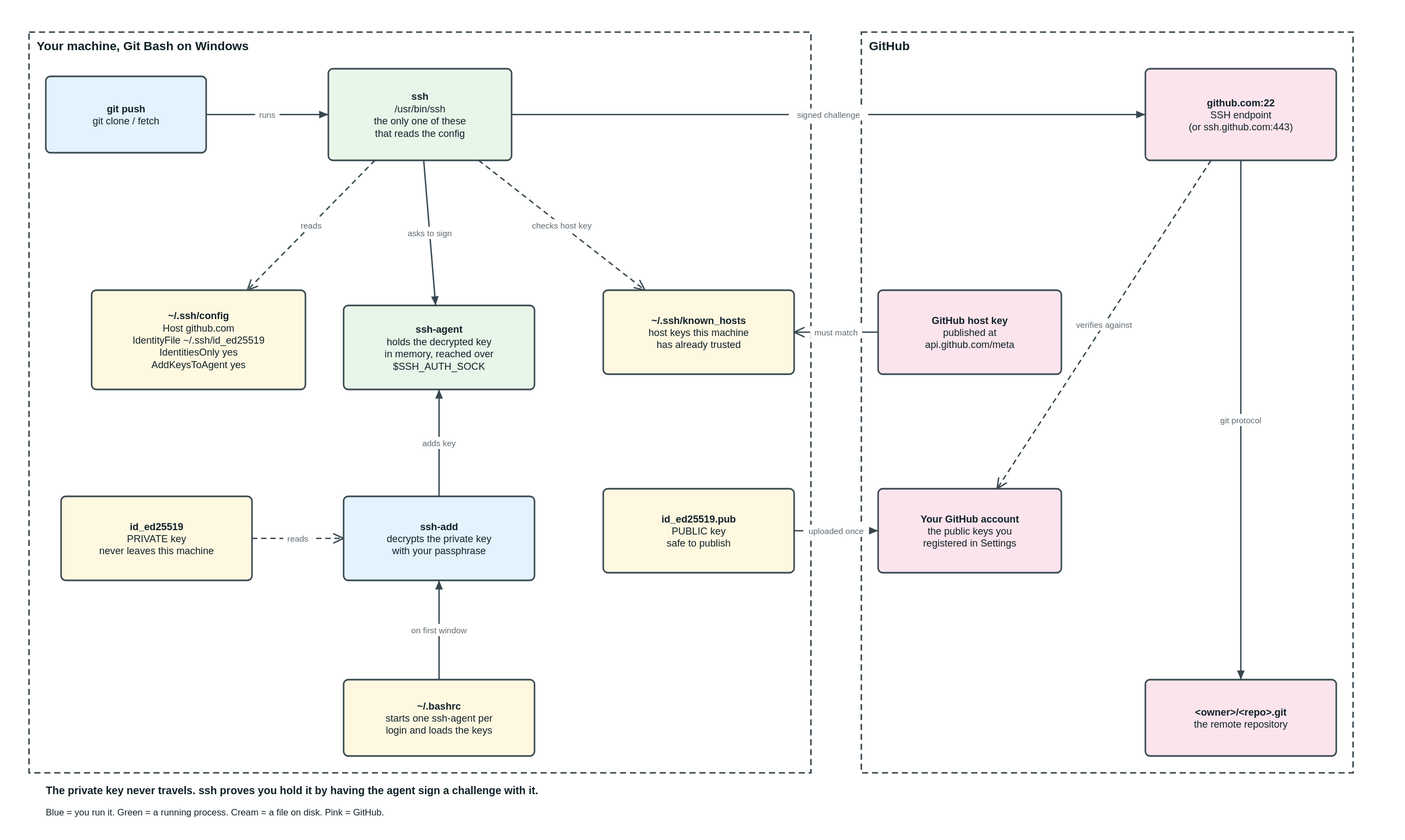
The draw.io diagram docs/figures/ssh-auth-flow.drawio.svg in PatClanKing/other, before a commit. Source tidied: cells renumbered, new cells last; positions are measured from the earlier drawing's top-left corner, leaving out a move shared by most shapes. Its diagram source:
```xml
<mxGraphModel>
  <root>
    <mxCell id="0" />
    <mxCell id="1" parent="0" />
    <mxCell id="2" value="Your machine, Git Bash on Windows" style="rounded=0;whiteSpace=wrap;html=1;fillColor=none;strokeColor=#37474F;strokeWidth=2;verticalAlign=top;align=left;spacingLeft=8;spacingTop=4;fontStyle=1;fontSize=16;dashed=1;" parent="1" vertex="1">
      <mxGeometry width="1024" height="970" as="geometry" />
    </mxCell>
    <mxCell id="3" value="GitHub" style="rounded=0;whiteSpace=wrap;html=1;fillColor=none;strokeColor=#37474F;strokeWidth=2;verticalAlign=top;align=left;spacingLeft=8;spacingTop=4;fontStyle=1;fontSize=16;dashed=1;" parent="1" vertex="1">
      <mxGeometry x="1090" width="644" height="970" as="geometry" />
    </mxCell>
    <mxCell id="4" value="git push git clone / fetch" style="rounded=1;whiteSpace=wrap;html=1;fillColor=#E3F2FD;strokeColor=#37474F;strokeWidth=2;verticalAlign=middle;" parent="2" vertex="1">
      <mxGeometry x="22" y="58" width="210" height="100" as="geometry" />
    </mxCell>
    <mxCell id="5" value="ssh /usr/bin/ssh the only one of these that reads the config" style="rounded=1;whiteSpace=wrap;html=1;fillColor=#E8F5E9;strokeColor=#37474F;strokeWidth=2;verticalAlign=middle;" parent="2" vertex="1">
      <mxGeometry x="392" y="48" width="240" height="120" as="geometry" />
    </mxCell>
    <mxCell id="6" value="~/.ssh/config Host github.com   IdentityFile ~/.ssh/id_ed25519   IdentitiesOnly yes   AddKeysToAgent yes" style="rounded=1;whiteSpace=wrap;html=1;fillColor=#FFF8E1;strokeColor=#37474F;strokeWidth=2;verticalAlign=middle;" parent="2" vertex="1">
      <mxGeometry x="82" y="338" width="280" height="130" as="geometry" />
    </mxCell>
    <mxCell id="7" value="ssh-agent holds the decrypted key in memory, reached over $SSH_AUTH_SOCK" style="rounded=1;whiteSpace=wrap;html=1;fillColor=#E8F5E9;strokeColor=#37474F;strokeWidth=2;verticalAlign=middle;" parent="2" vertex="1">
      <mxGeometry x="412" y="358" width="250" height="110" as="geometry" />
    </mxCell>
    <mxCell id="8" value="~/.ssh/known_hosts host keys this machine has already trusted" style="rounded=1;whiteSpace=wrap;html=1;fillColor=#FFF8E1;strokeColor=#37474F;strokeWidth=2;verticalAlign=middle;" parent="2" vertex="1">
      <mxGeometry x="752" y="338" width="250" height="110" as="geometry" />
    </mxCell>
    <mxCell id="9" value="id_ed25519 PRIVATE key never leaves this machine" style="rounded=1;whiteSpace=wrap;html=1;fillColor=#FFF8E1;strokeColor=#37474F;strokeWidth=2;verticalAlign=middle;" parent="2" vertex="1">
      <mxGeometry x="42" y="608" width="250" height="110" as="geometry" />
    </mxCell>
    <mxCell id="10" value="ssh-add decrypts the private key with your passphrase" style="rounded=1;whiteSpace=wrap;html=1;fillColor=#E3F2FD;strokeColor=#37474F;strokeWidth=2;verticalAlign=middle;" parent="2" vertex="1">
      <mxGeometry x="412" y="608" width="250" height="110" as="geometry" />
    </mxCell>
    <mxCell id="11" value="~/.bashrc starts one ssh-agent per login and loads the keys" style="rounded=1;whiteSpace=wrap;html=1;fillColor=#FFF8E1;strokeColor=#37474F;strokeWidth=2;verticalAlign=middle;" parent="2" vertex="1">
      <mxGeometry x="412" y="848" width="250" height="100" as="geometry" />
    </mxCell>
    <mxCell id="12" value="id_ed25519.pub PUBLIC key safe to publish" style="rounded=1;whiteSpace=wrap;html=1;fillColor=#FFF8E1;strokeColor=#37474F;strokeWidth=2;verticalAlign=middle;" parent="2" vertex="1">
      <mxGeometry x="752" y="598" width="250" height="110" as="geometry" />
    </mxCell>
    <mxCell id="13" value="github.com:22 SSH endpoint (or ssh.github.com:443)" style="rounded=1;whiteSpace=wrap;html=1;fillColor=#FCE4EC;strokeColor=#37474F;strokeWidth=2;verticalAlign=middle;" parent="3" vertex="1">
      <mxGeometry x="372" y="48" width="250" height="120" as="geometry" />
    </mxCell>
    <mxCell id="14" value="GitHub host key published at api.github.com/meta" style="rounded=1;whiteSpace=wrap;html=1;fillColor=#FCE4EC;strokeColor=#37474F;strokeWidth=2;verticalAlign=middle;" parent="3" vertex="1">
      <mxGeometry x="22" y="338" width="240" height="110" as="geometry" />
    </mxCell>
    <mxCell id="15" value="Your GitHub account the public keys you registered in Settings" style="rounded=1;whiteSpace=wrap;html=1;fillColor=#FCE4EC;strokeColor=#37474F;strokeWidth=2;verticalAlign=middle;" parent="3" vertex="1">
      <mxGeometry x="22" y="598" width="240" height="110" as="geometry" />
    </mxCell>
    <mxCell id="16" value="&lt;owner&gt;/&lt;repo&gt;.git the remote repository" style="rounded=1;whiteSpace=wrap;html=1;fillColor=#FCE4EC;strokeColor=#37474F;strokeWidth=2;verticalAlign=middle;" parent="3" vertex="1">
      <mxGeometry x="372" y="848" width="250" height="100" as="geometry" />
    </mxCell>
    <mxCell id="17" value="The private key never travels. ssh proves you hold it by having the agent sign a challenge with it." style="text;html=1;strokeColor=none;fillColor=none;align=left;verticalAlign=middle;fontSize=14;fontColor=#102027;fontStyle=1;" parent="1" vertex="1">
      <mxGeometry x="22" y="989" width="803" height="18" as="geometry" />
    </mxCell>
    <mxCell id="18" value="Blue = you run it.   Green = a running process.   Cream = a file on disk.   Pink = GitHub." style="text;html=1;strokeColor=none;fillColor=none;align=left;verticalAlign=middle;fontSize=12;fontColor=#102027;fontStyle=0;" parent="1" vertex="1">
      <mxGeometry x="22" y="1017" width="626" height="18" as="geometry" />
    </mxCell>
    <mxCell id="19" value="runs" style="endArrow=blockThin;endFill=1;endSize=8;html=1;rounded=1;edgeStyle=none;strokeColor=#37474F;strokeWidth=2;fontSize=11;" parent="1" edge="1" source="4" target="5">
      <mxGeometry relative="1" as="geometry" />
    </mxCell>
    <mxCell id="20" value="reads" style="endArrow=open;endSize=12;dashed=1;html=1;rounded=0;edgeStyle=none;strokeColor=#37474F;strokeWidth=2;fontSize=11;" parent="1" edge="1" source="5" target="6">
      <mxGeometry relative="1" as="geometry" />
    </mxCell>
    <mxCell id="21" value="asks to sign" style="endArrow=blockThin;endFill=1;endSize=8;html=1;rounded=1;edgeStyle=none;strokeColor=#37474F;strokeWidth=2;fontSize=11;" parent="1" edge="1" source="5" target="7">
      <mxGeometry relative="1" as="geometry" />
    </mxCell>
    <mxCell id="22" value="reads" style="endArrow=open;endSize=12;dashed=1;html=1;rounded=0;edgeStyle=none;strokeColor=#37474F;strokeWidth=2;fontSize=11;" parent="1" edge="1" source="9" target="10">
      <mxGeometry relative="1" as="geometry" />
    </mxCell>
    <mxCell id="23" value="adds key" style="endArrow=blockThin;endFill=1;endSize=8;html=1;rounded=1;edgeStyle=none;strokeColor=#37474F;strokeWidth=2;fontSize=11;" parent="1" edge="1" source="10" target="7">
      <mxGeometry relative="1" as="geometry" />
    </mxCell>
    <mxCell id="24" value="on first window" style="endArrow=blockThin;endFill=1;endSize=8;html=1;rounded=1;edgeStyle=none;strokeColor=#37474F;strokeWidth=2;fontSize=11;" parent="1" edge="1" source="11" target="10">
      <mxGeometry relative="1" as="geometry" />
    </mxCell>
    <mxCell id="25" value="checks host key" style="endArrow=open;endSize=12;dashed=1;html=1;rounded=0;edgeStyle=none;strokeColor=#37474F;strokeWidth=2;fontSize=11;" parent="1" edge="1" source="5" target="8">
      <mxGeometry relative="1" as="geometry" />
    </mxCell>
    <mxCell id="26" value="must match" style="endArrow=open;endSize=12;html=1;rounded=0;edgeStyle=none;strokeColor=#37474F;strokeWidth=2;fontSize=11;" parent="1" edge="1" source="14" target="8">
      <mxGeometry relative="1" as="geometry" />
    </mxCell>
    <mxCell id="27" value="uploaded once" style="endArrow=blockThin;endFill=1;endSize=8;html=1;rounded=1;edgeStyle=none;strokeColor=#37474F;strokeWidth=2;fontSize=11;" parent="1" edge="1" source="12" target="15">
      <mxGeometry relative="1" as="geometry" />
    </mxCell>
    <mxCell id="28" value="signed challenge" style="endArrow=blockThin;endFill=1;endSize=8;html=1;rounded=1;edgeStyle=none;strokeColor=#37474F;strokeWidth=2;fontSize=11;" parent="1" edge="1" source="5" target="13">
      <mxGeometry relative="1" as="geometry" />
    </mxCell>
    <mxCell id="29" value="verifies against" style="endArrow=open;endSize=12;dashed=1;html=1;rounded=0;edgeStyle=none;strokeColor=#37474F;strokeWidth=2;fontSize=11;" parent="1" edge="1" source="13" target="15">
      <mxGeometry relative="1" as="geometry" />
    </mxCell>
    <mxCell id="30" value="git protocol" style="endArrow=blockThin;endFill=1;endSize=8;html=1;rounded=1;edgeStyle=none;strokeColor=#37474F;strokeWidth=2;fontSize=11;" parent="1" edge="1" source="13" target="16">
      <mxGeometry relative="1" as="geometry" />
    </mxCell>
  </root>
</mxGraphModel>
```
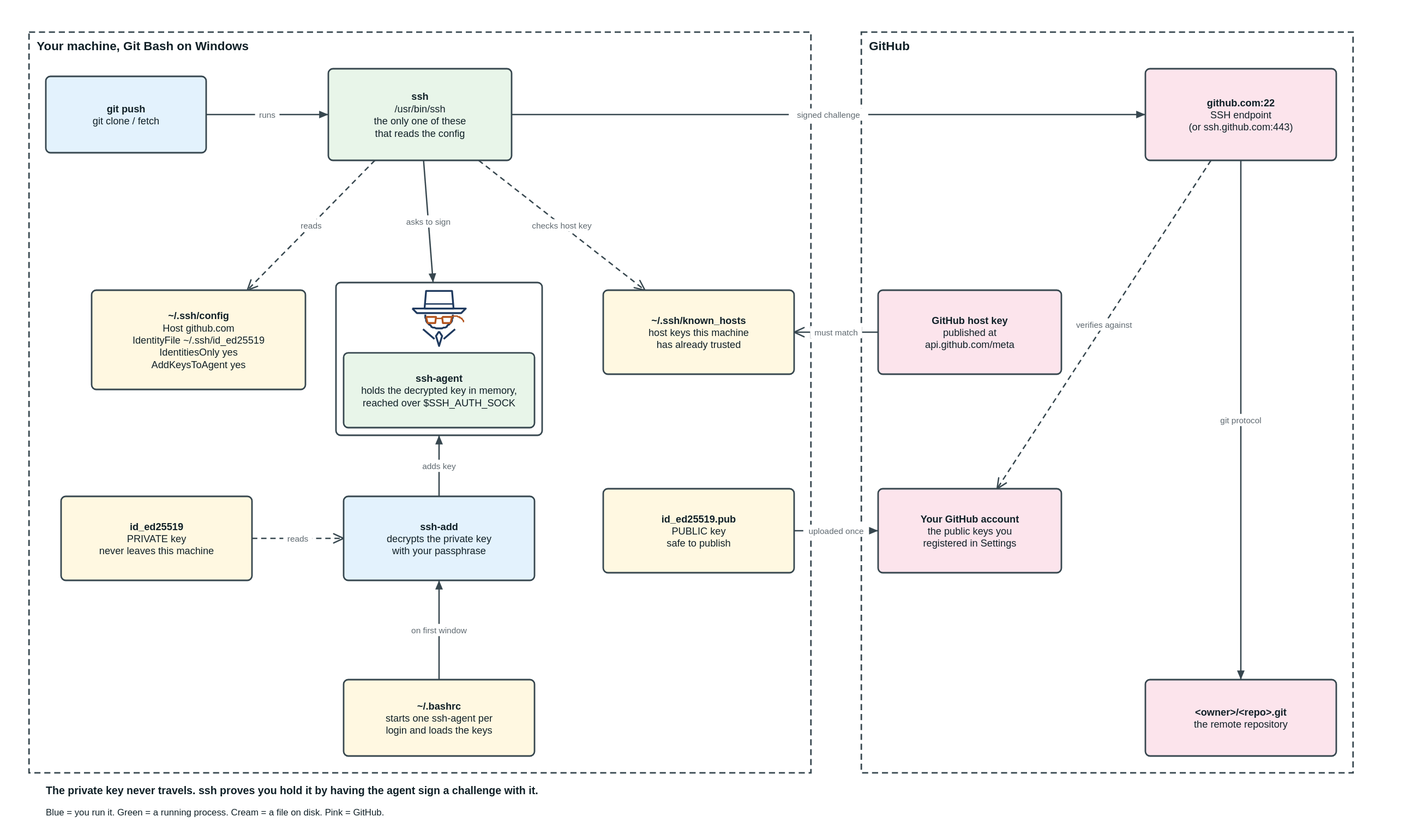
The same diagram one commit later.

Commit message:
Draw the ssh-agent as an agent rather than a labelled box

What changed in the source:
```diff
@@ -17,9 +17,161 @@
     <mxCell id="6" value="~/.ssh/config Host github.com   IdentityFile ~/.ssh/id_ed25519   IdentitiesOnly yes   AddKeysToAgent yes" style="rounded=1;whiteSpace=wrap;html=1;fillColor=#FFF8E1;strokeColor=#37474F;strokeWidth=2;verticalAlign=middle;" parent="2" vertex="1">
       <mxGeometry x="82" y="338" width="280" height="130" as="geometry" />
     </mxCell>
-    <mxCell id="7" value="ssh-agent holds the decrypted key in memory, reached over $SSH_AUTH_SOCK" style="rounded=1;whiteSpace=wrap;html=1;fillColor=#E8F5E9;strokeColor=#37474F;strokeWidth=2;verticalAlign=middle;" parent="2" vertex="1">
-      <mxGeometry x="412" y="358" width="250" height="110" as="geometry" />
+    <mxCell id="7" style="rounded=1;whiteSpace=wrap;html=1;fillColor=none;strokeColor=#37474F;strokeWidth=2;verticalAlign=middle;" parent="2" vertex="1">
+      <mxGeometry x="402" y="328" width="270" height="200" as="geometry" />
     </mxCell>
+    <mxCell id="31" style="edgeStyle=none;html=1;rounded=0;strokeColor=#1F3A5F;strokeWidth=2.4;fontSize=11;endArrow=none;" parent="1" edge="1">
+      <mxGeometry relative="1" as="geometry">
+        <mxPoint x="502" y="362" as="sourcePoint" />
+        <mxPoint x="502" y="362" as="targetPoint" />
+        <Array as="points">
+          <mxPoint x="572" y="362" />
+          <mxPoint x="566" y="368" />
+          <mxPoint x="508" y="368" />
+        </Array>
+      </mxGeometry>
+    </mxCell>
+    <mxCell id="32" style="edgeStyle=none;html=1;rounded=0;strokeColor=#1F3A5F;strokeWidth=2.4;fontSize=11;endArrow=none;" parent="1" edge="1">
+      <mxGeometry relative="1" as="geometry">
+        <mxPoint x="518" y="362" as="sourcePoint" />
+        <mxPoint x="518" y="362" as="targetPoint" />
+        <Array as="points">
+          <mxPoint x="520" y="339" />
+          <mxPoint x="554" y="339" />
+          <mxPoint x="556" y="362" />
+        </Array>
+      </mxGeometry>
+    </mxCell>
+    <mxCell id="33" style="edgeStyle=none;html=1;rounded=0;strokeColor=#1F3A5F;strokeWidth=1.8;fontSize=11;endArrow=none;" parent="1" edge="1">
+      <mxGeometry relative="1" as="geometry">
+        <mxPoint x="519" y="356" as="sourcePoint" />
+        <mxPoint x="555" y="356" as="targetPoint" />
+      </mxGeometry>
+    </mxCell>
+    <mxCell id="34" style="edgeStyle=none;html=1;rounded=0;strokeColor=#1F3A5F;strokeWidth=2.4;fontSize=11;endArrow=none;" parent="1" edge="1">
+      <mxGeometry relative="1" as="geometry">
+        <mxPoint x="555" y="370" as="sourcePoint" />
+        <mxPoint x="519" y="370" as="targetPoint" />
+        <Array as="points">
+          <mxPoint x="555" y="372" />
+          <mxPoint x="555" y="374" />
+          <mxPoint x="554" y="376" />
+          <mxPoint x="554" y="378" />
+          <mxPoint x="553" y="380" />
+          <mxPoint x="551" y="382" />
+          <mxPoint x="550" y="383" />
+          <mxPoint x="548" y="384" />
+          <mxPoint x="547" y="386" />
+          <mxPoint x="545" y="387" />
+          <mxPoint x="543" y="387" />
+          <mxPoint x="541" y="388" />
+          <mxPoint x="539" y="388" />
+          <mxPoint x="537" y="388" />
+          <mxPoint x="535" y="388" />
+          <mxPoint x="533" y="388" />
+          <mxPoint x="531" y="387" />
+          <mxPoint x="529" y="387" />
+          <mxPoint x="527" y="386" />
+          <mxPoint x="526" y="384" />
+          <mxPoint x="524" y="383" />
+          <mxPoint x="523" y="382" />
+          <mxPoint x="521" y="380" />
+          <mxPoint x="520" y="378" />
+          <mxPoint x="520" y="376" />
+          <mxPoint x="519" y="374" />
+          <mxPoint x="519" y="372" />
+        </Array>
+      </mxGeometry>
+    </mxCell>
+    <mxCell id="35" style="edgeStyle=none;html=1;rounded=0;strokeColor=#B3541E;strokeWidth=2.4;fontSize=11;endArrow=none;" parent="1" edge="1">
+      <mxGeometry relative="1" as="geometry">
+        <mxPoint x="520" y="373" as="sourcePoint" />
+        <mxPoint x="520" y="373" as="targetPoint" />
+        <Array as="points">
+          <mxPoint x="533" y="373" />
+          <mxPoint x="532" y="381" />
+          <mxPoint x="522" y="381" />
+        </Array>
+      </mxGeometry>
+    </mxCell>
+    <mxCell id="36" style="edgeStyle=none;html=1;rounded=0;strokeColor=#B3541E;strokeWidth=2.4;fontSize=11;endArrow=none;" parent="1" edge="1">
+      <mxGeometry relative="1" as="geometry">
+        <mxPoint x="541" y="373" as="sourcePoint" />
+        <mxPoint x="541" y="373" as="targetPoint" />
+        <Array as="points">
+          <mxPoint x="554" y="373" />
+          <mxPoint x="552" y="381" />
+          <mxPoint x="542" y="381" />
+        </Array>
+      </mxGeometry>
+    </mxCell>
+    <mxCell id="37" style="edgeStyle=none;html=1;rounded=0;strokeColor=#B3541E;strokeWidth=1.8;fontSize=11;endArrow=none;" parent="1" edge="1">
+      <mxGeometry relative="1" as="geometry">
+        <mxPoint x="533" y="375" as="sourcePoint" />
+        <mxPoint x="541" y="375" as="targetPoint" />
+      </mxGeometry>
+    </mxCell>
+    <mxCell id="38" style="edgeStyle=none;html=1;rounded=0;strokeColor=#1F3A5F;strokeWidth=2.4;fontSize=11;endArrow=none;" parent="1" edge="1">
+      <mxGeometry relative="1" as="geometry">
+        <mxPoint x="516" y="389" as="sourcePoint" />
+        <mxPoint x="531" y="402" as="targetPoint" />
+      </mxGeometry>
+    </mxCell>
+    <mxCell id="39" style="edgeStyle=none;html=1;rounded=0;strokeColor=#1F3A5F;strokeWidth=2.4;fontSize=11;endArrow=none;" parent="1" edge="1">
+      <mxGeometry relative="1" as="geometry">
+        <mxPoint x="558" y="389" as="sourcePoint" />
+        <mxPoint x="543" y="402" as="targetPoint" />
+      </mxGeometry>
+    </mxCell>
+    <mxCell id="40" style="edgeStyle=none;html=1;rounded=0;strokeColor=#1F3A5F;strokeWidth=2.4;fontSize=11;endArrow=none;" parent="1" edge="1">
+      <mxGeometry relative="1" as="geometry">
+        <mxPoint x="537" y="392" as="sourcePoint" />
+        <mxPoint x="537" y="392" as="targetPoint" />
+        <Array as="points">
+          <mxPoint x="541" y="398" />
+          <mxPoint x="537" y="411" />
+          <mxPoint x="533" y="398" />
+        </Array>
+      </mxGeometry>
+    </mxCell>
+    <mxCell id="41" style="edgeStyle=none;html=1;rounded=0;strokeColor=#B3541E;strokeWidth=1.8;fontSize=11;endArrow=none;" parent="1" edge="1">
+      <mxGeometry relative="1" as="geometry">
+        <mxPoint x="554" y="373" as="sourcePoint" />
+        <mxPoint x="569" y="380" as="targetPoint" />
+        <Array as="points">
+          <mxPoint x="555" y="372" />
+          <mxPoint x="555" y="372" />
+          <mxPoint x="556" y="372" />
+          <mxPoint x="557" y="372" />
+          <mxPoint x="557" y="372" />
+          <mxPoint x="558" y="372" />
+          <mxPoint x="559" y="372" />
+          <mxPoint x="559" y="372" />
+          <mxPoint x="560" y="372" />
+          <mxPoint x="561" y="372" />
+          <mxPoint x="561" y="372" />
+          <mxPoint x="562" y="373" />
+          <mxPoint x="563" y="373" />
+          <mxPoint x="563" y="373" />
+          <mxPoint x="564" y="373" />
+          <mxPoint x="564" y="374" />
+          <mxPoint x="565" y="374" />
+          <mxPoint x="565" y="374" />
+          <mxPoint x="566" y="375" />
+          <mxPoint x="567" y="375" />
+          <mxPoint x="567" y="376" />
+          <mxPoint x="567" y="376" />
+          <mxPoint x="568" y="377" />
+          <mxPoint x="568" y="377" />
+          <mxPoint x="569" y="378" />
+          <mxPoint x="569" y="379" />
+          <mxPoint x="569" y="379" />
+        </Array>
+      </mxGeometry>
+    </mxCell>
+    <mxCell id="42" value="ssh-agent holds the decrypted key in memory, reached over $SSH_AUTH_SOCK" style="rounded=1;whiteSpace=wrap;html=1;fillColor=#E8F5E9;strokeColor=#37474F;strokeWidth=2;verticalAlign=middle;" parent="1" vertex="1">
+      <mxGeometry x="412" y="420" width="250" height="98" as="geometry" />
+    </mxCell>
     <mxCell id="8" value="~/.ssh/known_hosts host keys this machine has already trusted" style="rounded=1;whiteSpace=wrap;html=1;fillColor=#FFF8E1;strokeColor=#37474F;strokeWidth=2;verticalAlign=middle;" parent="2" vertex="1">
       <mxGeometry x="752" y="338" width="250" height="110" as="geometry" />
     </mxCell>
```
